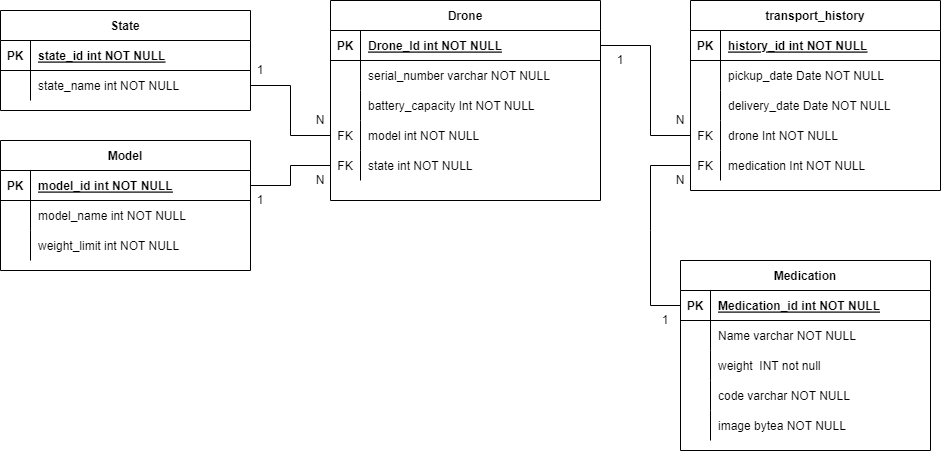
Above: ERD.png in JuanK120/dronesApp (draw.io), before the change. Source tidied: cells renumbered, new cells last; positions are measured from the earlier drawing's top-left corner, leaving out a move shared by most shapes. The source it was exported from:
```xml
<mxGraphModel>
  <root>
    <mxCell id="0" />
    <mxCell id="1" parent="0" />
    <mxCell id="2" value="transport_history" style="shape=table;startSize=30;rowLines=0;fontStyle=1;align=center;" parent="1" vertex="1">
      <mxGeometry x="690" width="250" height="190" as="geometry" />
    </mxCell>
    <mxCell id="3" style="shape=partialRectangle;fillColor=none;top=0;left=0;right=0;bottom=1;" parent="2" vertex="1">
      <mxGeometry y="30" width="250" height="30" as="geometry" />
    </mxCell>
    <mxCell id="4" value="PK" style="shape=partialRectangle;overflow=hidden;fillColor=none;top=0;left=0;bottom=0;right=0;fontStyle=1;" parent="3" vertex="1">
      <mxGeometry width="30" height="30" as="geometry" />
    </mxCell>
    <mxCell id="5" value="history_id int NOT NULL " style="shape=partialRectangle;overflow=hidden;fillColor=none;top=0;left=0;bottom=0;right=0;align=left;spacingLeft=6;fontStyle=5;" parent="3" vertex="1">
      <mxGeometry x="30" width="220" height="30" as="geometry" />
    </mxCell>
    <mxCell id="6" style="shape=partialRectangle;fillColor=none;top=0;left=0;right=0;bottom=0;" parent="2" vertex="1">
      <mxGeometry y="60" width="250" height="30" as="geometry" />
    </mxCell>
    <mxCell id="7" style="shape=partialRectangle;overflow=hidden;fillColor=none;top=0;left=0;bottom=0;right=0;" parent="6" vertex="1">
      <mxGeometry width="30" height="30" as="geometry" />
    </mxCell>
    <mxCell id="8" value="pickup_date Date NOT NULL" style="shape=partialRectangle;overflow=hidden;fillColor=none;top=0;left=0;bottom=0;right=0;align=left;spacingLeft=6;" parent="6" vertex="1">
      <mxGeometry x="30" width="220" height="30" as="geometry" />
    </mxCell>
    <mxCell id="9" style="shape=partialRectangle;fillColor=none;top=0;left=0;right=0;bottom=0;" parent="2" vertex="1">
      <mxGeometry y="90" width="250" height="30" as="geometry" />
    </mxCell>
    <mxCell id="10" style="shape=partialRectangle;overflow=hidden;fillColor=none;top=0;left=0;bottom=0;right=0;" parent="9" vertex="1">
      <mxGeometry width="30" height="30" as="geometry" />
    </mxCell>
    <mxCell id="11" value="delivery_date Date NOT NULL" style="shape=partialRectangle;overflow=hidden;fillColor=none;top=0;left=0;bottom=0;right=0;align=left;spacingLeft=6;" parent="9" vertex="1">
      <mxGeometry x="30" width="220" height="30" as="geometry" />
    </mxCell>
    <mxCell id="12" style="shape=partialRectangle;fillColor=none;points=[[0,0.5],[1,0.5]];portConstraint=eastwest;top=0;left=0;right=0;bottom=0;" parent="2" vertex="1">
      <mxGeometry y="120" width="250" height="30" as="geometry" />
    </mxCell>
    <mxCell id="13" value="FK" style="shape=partialRectangle;overflow=hidden;fillColor=none;top=0;left=0;bottom=0;right=0;" parent="12" vertex="1">
      <mxGeometry width="30" height="30" as="geometry" />
    </mxCell>
    <mxCell id="14" value="drone Int NOT NULL" style="shape=partialRectangle;overflow=hidden;fillColor=none;top=0;left=0;bottom=0;right=0;align=left;spacingLeft=6;" parent="12" vertex="1">
      <mxGeometry x="30" width="220" height="30" as="geometry" />
    </mxCell>
    <mxCell id="15" style="shape=partialRectangle;fillColor=none;points=[[0,0.5],[1,0.5]];portConstraint=eastwest;top=0;left=0;right=0;bottom=0;" parent="2" vertex="1">
      <mxGeometry y="150" width="250" height="30" as="geometry" />
    </mxCell>
    <mxCell id="16" value="FK" style="shape=partialRectangle;overflow=hidden;fillColor=none;top=0;left=0;bottom=0;right=0;" parent="15" vertex="1">
      <mxGeometry width="30" height="30" as="geometry" />
    </mxCell>
    <mxCell id="17" value="medication Int NOT NULL" style="shape=partialRectangle;overflow=hidden;fillColor=none;top=0;left=0;bottom=0;right=0;align=left;spacingLeft=6;" parent="15" vertex="1">
      <mxGeometry x="30" width="220" height="30" as="geometry" />
    </mxCell>
    <mxCell id="18" value="Medication" style="shape=table;startSize=30;rowLines=0;fontStyle=1;align=center;" parent="1" vertex="1">
      <mxGeometry x="680" y="260" width="250" height="190" as="geometry" />
    </mxCell>
    <mxCell id="19" style="shape=partialRectangle;fillColor=none;points=[[0,0.5],[1,0.5]];portConstraint=eastwest;top=0;left=0;right=0;bottom=1;" parent="18" vertex="1">
      <mxGeometry y="30" width="250" height="30" as="geometry" />
    </mxCell>
    <mxCell id="20" value="PK" style="shape=partialRectangle;overflow=hidden;fillColor=none;top=0;left=0;bottom=0;right=0;fontStyle=1;" parent="19" vertex="1">
      <mxGeometry width="30" height="30" as="geometry" />
    </mxCell>
    <mxCell id="21" value="Medication_id int NOT NULL " style="shape=partialRectangle;overflow=hidden;fillColor=none;top=0;left=0;bottom=0;right=0;align=left;spacingLeft=6;fontStyle=5;" parent="19" vertex="1">
      <mxGeometry x="30" width="220" height="30" as="geometry" />
    </mxCell>
    <mxCell id="22" style="shape=partialRectangle;fillColor=none;top=0;left=0;right=0;bottom=0;" parent="18" vertex="1">
      <mxGeometry y="60" width="250" height="30" as="geometry" />
    </mxCell>
    <mxCell id="23" style="shape=partialRectangle;overflow=hidden;fillColor=none;top=0;left=0;bottom=0;right=0;" parent="22" vertex="1">
      <mxGeometry width="30" height="30" as="geometry" />
    </mxCell>
    <mxCell id="24" value="Name varchar NOT NULL" style="shape=partialRectangle;overflow=hidden;fillColor=none;top=0;left=0;bottom=0;right=0;align=left;spacingLeft=6;" parent="22" vertex="1">
      <mxGeometry x="30" width="220" height="30" as="geometry" />
    </mxCell>
    <mxCell id="25" style="shape=partialRectangle;fillColor=none;top=0;left=0;right=0;bottom=0;" parent="18" vertex="1">
      <mxGeometry y="90" width="250" height="30" as="geometry" />
    </mxCell>
    <mxCell id="26" style="shape=partialRectangle;overflow=hidden;fillColor=none;top=0;left=0;bottom=0;right=0;" parent="25" vertex="1">
      <mxGeometry width="30" height="30" as="geometry" />
    </mxCell>
    <mxCell id="27" value="weight  INT not null" style="shape=partialRectangle;overflow=hidden;fillColor=none;top=0;left=0;bottom=0;right=0;align=left;spacingLeft=6;" parent="25" vertex="1">
      <mxGeometry x="30" width="220" height="30" as="geometry" />
    </mxCell>
    <mxCell id="28" style="shape=partialRectangle;fillColor=none;top=0;left=0;right=0;bottom=0;" parent="18" vertex="1">
      <mxGeometry y="120" width="250" height="30" as="geometry" />
    </mxCell>
    <mxCell id="29" style="shape=partialRectangle;overflow=hidden;fillColor=none;top=0;left=0;bottom=0;right=0;" parent="28" vertex="1">
      <mxGeometry width="30" height="30" as="geometry" />
    </mxCell>
    <mxCell id="30" value="code varchar NOT NULL" style="shape=partialRectangle;overflow=hidden;fillColor=none;top=0;left=0;bottom=0;right=0;align=left;spacingLeft=6;" parent="28" vertex="1">
      <mxGeometry x="30" width="220" height="30" as="geometry" />
    </mxCell>
    <mxCell id="31" style="shape=partialRectangle;fillColor=none;top=0;left=0;right=0;bottom=0;" parent="18" vertex="1">
      <mxGeometry y="150" width="250" height="30" as="geometry" />
    </mxCell>
    <mxCell id="32" style="shape=partialRectangle;overflow=hidden;fillColor=none;top=0;left=0;bottom=0;right=0;" parent="31" vertex="1">
      <mxGeometry width="30" height="30" as="geometry" />
    </mxCell>
    <mxCell id="33" value="image bytea NOT NULL" style="shape=partialRectangle;overflow=hidden;fillColor=none;top=0;left=0;bottom=0;right=0;align=left;spacingLeft=6;" parent="31" vertex="1">
      <mxGeometry x="30" width="220" height="30" as="geometry" />
    </mxCell>
    <mxCell id="34" value="Drone" style="shape=table;startSize=30;rowLines=0;fontStyle=1;align=center;" parent="1" vertex="1">
      <mxGeometry x="330" width="270" height="200" as="geometry" />
    </mxCell>
    <mxCell id="35" style="shape=partialRectangle;fillColor=none;points=[[0,0.5],[1,0.5]];portConstraint=eastwest;top=0;left=0;right=0;bottom=1;" parent="34" vertex="1">
      <mxGeometry y="30" width="270" height="30" as="geometry" />
    </mxCell>
    <mxCell id="36" value="PK" style="shape=partialRectangle;overflow=hidden;fillColor=none;top=0;left=0;bottom=0;right=0;fontStyle=1;" parent="35" vertex="1">
      <mxGeometry width="30" height="30" as="geometry" />
    </mxCell>
    <mxCell id="37" value="Drone_Id int NOT NULL " style="shape=partialRectangle;overflow=hidden;fillColor=none;top=0;left=0;bottom=0;right=0;align=left;spacingLeft=6;fontStyle=5;" parent="35" vertex="1">
      <mxGeometry x="30" width="240" height="30" as="geometry" />
    </mxCell>
    <mxCell id="38" style="shape=partialRectangle;fillColor=none;top=0;left=0;right=0;bottom=0;" parent="34" vertex="1">
      <mxGeometry y="60" width="270" height="30" as="geometry" />
    </mxCell>
    <mxCell id="39" style="shape=partialRectangle;overflow=hidden;fillColor=none;top=0;left=0;bottom=0;right=0;" parent="38" vertex="1">
      <mxGeometry width="30" height="30" as="geometry" />
    </mxCell>
    <mxCell id="40" value="serial_number varchar NOT NULL" style="shape=partialRectangle;overflow=hidden;fillColor=none;top=0;left=0;bottom=0;right=0;align=left;spacingLeft=6;" parent="38" vertex="1">
      <mxGeometry x="30" width="240" height="30" as="geometry" />
    </mxCell>
    <mxCell id="41" style="shape=partialRectangle;fillColor=none;top=0;left=0;right=0;bottom=0;" parent="34" vertex="1">
      <mxGeometry y="90" width="270" height="30" as="geometry" />
    </mxCell>
    <mxCell id="42" style="shape=partialRectangle;overflow=hidden;fillColor=none;top=0;left=0;bottom=0;right=0;" parent="41" vertex="1">
      <mxGeometry width="30" height="30" as="geometry" />
    </mxCell>
    <mxCell id="43" value="battery_capacity Int NOT NULL" style="shape=partialRectangle;overflow=hidden;fillColor=none;top=0;left=0;bottom=0;right=0;align=left;spacingLeft=6;" parent="41" vertex="1">
      <mxGeometry x="30" width="240" height="30" as="geometry" />
    </mxCell>
    <mxCell id="44" style="shape=partialRectangle;fillColor=none;points=[[0,0.5],[1,0.5]];portConstraint=eastwest;top=0;left=0;right=0;bottom=0;" parent="34" vertex="1">
      <mxGeometry y="120" width="270" height="30" as="geometry" />
    </mxCell>
    <mxCell id="45" value="FK" style="shape=partialRectangle;overflow=hidden;fillColor=none;top=0;left=0;bottom=0;right=0;" parent="44" vertex="1">
      <mxGeometry width="30" height="30" as="geometry" />
    </mxCell>
    <mxCell id="46" value="model int NOT NULL" style="shape=partialRectangle;overflow=hidden;fillColor=none;top=0;left=0;bottom=0;right=0;align=left;spacingLeft=6;" parent="44" vertex="1">
      <mxGeometry x="30" width="240" height="30" as="geometry" />
    </mxCell>
    <mxCell id="47" style="shape=partialRectangle;fillColor=none;points=[[0,0.5],[1,0.5]];portConstraint=eastwest;top=0;left=0;right=0;bottom=0;" parent="34" vertex="1">
      <mxGeometry y="150" width="270" height="30" as="geometry" />
    </mxCell>
    <mxCell id="48" value="FK" style="shape=partialRectangle;overflow=hidden;fillColor=none;top=0;left=0;bottom=0;right=0;" parent="47" vertex="1">
      <mxGeometry width="30" height="30" as="geometry" />
    </mxCell>
    <mxCell id="49" value="state int NOT NULL" style="shape=partialRectangle;overflow=hidden;fillColor=none;top=0;left=0;bottom=0;right=0;align=left;spacingLeft=6;" parent="47" vertex="1">
      <mxGeometry x="30" width="240" height="30" as="geometry" />
    </mxCell>
    <mxCell id="50" value="State" style="shape=table;startSize=30;rowLines=0;fontStyle=1;align=center;" parent="1" vertex="1">
      <mxGeometry y="10" width="250" height="100" as="geometry" />
    </mxCell>
    <mxCell id="51" style="shape=partialRectangle;fillColor=none;top=0;left=0;right=0;bottom=1;" parent="50" vertex="1">
      <mxGeometry y="30" width="250" height="30" as="geometry" />
    </mxCell>
    <mxCell id="52" value="PK" style="shape=partialRectangle;overflow=hidden;fillColor=none;top=0;left=0;bottom=0;right=0;fontStyle=1;" parent="51" vertex="1">
      <mxGeometry width="30" height="30" as="geometry" />
    </mxCell>
    <mxCell id="53" value="state_id int NOT NULL " style="shape=partialRectangle;overflow=hidden;fillColor=none;top=0;left=0;bottom=0;right=0;align=left;spacingLeft=6;fontStyle=5;" parent="51" vertex="1">
      <mxGeometry x="30" width="220" height="30" as="geometry" />
    </mxCell>
    <mxCell id="54" style="shape=partialRectangle;fillColor=none;points=[[0,0.5],[1,0.5]];portConstraint=eastwest;top=0;left=0;right=0;bottom=0;" parent="50" vertex="1">
      <mxGeometry y="60" width="250" height="30" as="geometry" />
    </mxCell>
    <mxCell id="55" style="shape=partialRectangle;overflow=hidden;fillColor=none;top=0;left=0;bottom=0;right=0;" parent="54" vertex="1">
      <mxGeometry width="30" height="30" as="geometry" />
    </mxCell>
    <mxCell id="56" value="state_name int NOT NULL" style="shape=partialRectangle;overflow=hidden;fillColor=none;top=0;left=0;bottom=0;right=0;align=left;spacingLeft=6;" parent="54" vertex="1">
      <mxGeometry x="30" width="220" height="30" as="geometry" />
    </mxCell>
    <mxCell id="57" style="endArrow=none;html=1;rounded=0;exitX=1;exitY=0.5;exitDx=0;exitDy=0;entryX=0;entryY=0.5;entryDx=0;entryDy=0;" parent="1" edge="1" source="35" target="12">
      <mxGeometry relative="1" as="geometry">
        <Array as="points">
          <mxPoint x="650" y="45" />
          <mxPoint x="650" y="135" />
        </Array>
      </mxGeometry>
    </mxCell>
    <mxCell id="58" value="Model" style="shape=table;startSize=30;rowLines=0;fontStyle=1;align=center;" parent="1" vertex="1">
      <mxGeometry y="140" width="250" height="130" as="geometry" />
    </mxCell>
    <mxCell id="59" style="shape=partialRectangle;fillColor=none;points=[[0,0.5],[1,0.5]];portConstraint=eastwest;top=0;left=0;right=0;bottom=1;" parent="58" vertex="1">
      <mxGeometry y="30" width="250" height="30" as="geometry" />
    </mxCell>
    <mxCell id="60" value="PK" style="shape=partialRectangle;overflow=hidden;fillColor=none;top=0;left=0;bottom=0;right=0;fontStyle=1;" parent="59" vertex="1">
      <mxGeometry width="30" height="30" as="geometry" />
    </mxCell>
    <mxCell id="61" value="model_id int NOT NULL " style="shape=partialRectangle;overflow=hidden;fillColor=none;top=0;left=0;bottom=0;right=0;align=left;spacingLeft=6;fontStyle=5;" parent="59" vertex="1">
      <mxGeometry x="30" width="220" height="30" as="geometry" />
    </mxCell>
    <mxCell id="62" style="shape=partialRectangle;fillColor=none;top=0;left=0;right=0;bottom=0;" parent="58" vertex="1">
      <mxGeometry y="60" width="250" height="30" as="geometry" />
    </mxCell>
    <mxCell id="63" style="shape=partialRectangle;overflow=hidden;fillColor=none;top=0;left=0;bottom=0;right=0;" parent="62" vertex="1">
      <mxGeometry width="30" height="30" as="geometry" />
    </mxCell>
    <mxCell id="64" value="model_name int NOT NULL" style="shape=partialRectangle;overflow=hidden;fillColor=none;top=0;left=0;bottom=0;right=0;align=left;spacingLeft=6;" parent="62" vertex="1">
      <mxGeometry x="30" width="220" height="30" as="geometry" />
    </mxCell>
    <mxCell id="65" style="shape=partialRectangle;fillColor=none;top=0;left=0;right=0;bottom=0;" parent="58" vertex="1">
      <mxGeometry y="90" width="250" height="30" as="geometry" />
    </mxCell>
    <mxCell id="66" style="shape=partialRectangle;overflow=hidden;fillColor=none;top=0;left=0;bottom=0;right=0;" parent="65" vertex="1">
      <mxGeometry width="30" height="30" as="geometry" />
    </mxCell>
    <mxCell id="67" value="weight_limit int NOT NULL" style="shape=partialRectangle;overflow=hidden;fillColor=none;top=0;left=0;bottom=0;right=0;align=left;spacingLeft=6;" parent="65" vertex="1">
      <mxGeometry x="30" width="220" height="30" as="geometry" />
    </mxCell>
    <mxCell id="68" style="endArrow=none;html=1;rounded=0;entryX=0;entryY=0.5;entryDx=0;entryDy=0;exitX=0;exitY=0.5;exitDx=0;exitDy=0;" parent="1" edge="1" source="19" target="15">
      <mxGeometry relative="1" as="geometry">
        <Array as="points">
          <mxPoint x="650" y="305" />
          <mxPoint x="650" y="230" />
          <mxPoint x="650" y="165" />
        </Array>
      </mxGeometry>
    </mxCell>
    <mxCell id="69" style="endArrow=none;html=1;rounded=0;entryX=0;entryY=0.5;entryDx=0;entryDy=0;exitX=1;exitY=0.5;exitDx=0;exitDy=0;" parent="1" edge="1" source="54" target="44">
      <mxGeometry relative="1" as="geometry">
        <Array as="points">
          <mxPoint x="290" y="85" />
          <mxPoint x="290" y="135" />
        </Array>
      </mxGeometry>
    </mxCell>
    <mxCell id="70" style="endArrow=none;html=1;rounded=0;entryX=0;entryY=0.5;entryDx=0;entryDy=0;exitX=1;exitY=0.5;exitDx=0;exitDy=0;" parent="1" edge="1" source="59" target="47">
      <mxGeometry relative="1" as="geometry">
        <Array as="points">
          <mxPoint x="290" y="185" />
          <mxPoint x="290" y="165" />
        </Array>
      </mxGeometry>
    </mxCell>
    <mxCell id="71" value="1" style="text;html=1;strokeColor=none;fillColor=none;align=center;verticalAlign=middle;whiteSpace=wrap;rounded=0;" parent="1" vertex="1">
      <mxGeometry x="250" y="60" width="20" height="20" as="geometry" />
    </mxCell>
    <mxCell id="72" value="N" style="text;html=1;strokeColor=none;fillColor=none;align=center;verticalAlign=middle;whiteSpace=wrap;rounded=0;" parent="1" vertex="1">
      <mxGeometry x="310" y="110" width="20" height="20" as="geometry" />
    </mxCell>
    <mxCell id="73" value="1" style="text;html=1;strokeColor=none;fillColor=none;align=center;verticalAlign=middle;whiteSpace=wrap;rounded=0;" parent="1" vertex="1">
      <mxGeometry x="250" y="190" width="20" height="20" as="geometry" />
    </mxCell>
    <mxCell id="74" value="1" style="text;html=1;strokeColor=none;fillColor=none;align=center;verticalAlign=middle;whiteSpace=wrap;rounded=0;" parent="1" vertex="1">
      <mxGeometry x="610" y="50" width="20" height="20" as="geometry" />
    </mxCell>
    <mxCell id="75" value="1" style="text;html=1;strokeColor=none;fillColor=none;align=center;verticalAlign=middle;whiteSpace=wrap;rounded=0;" parent="1" vertex="1">
      <mxGeometry x="655" y="310" width="20" height="20" as="geometry" />
    </mxCell>
    <mxCell id="76" value="N" style="text;html=1;strokeColor=none;fillColor=none;align=center;verticalAlign=middle;whiteSpace=wrap;rounded=0;" parent="1" vertex="1">
      <mxGeometry x="310" y="170" width="20" height="20" as="geometry" />
    </mxCell>
    <mxCell id="77" value="N" style="text;html=1;strokeColor=none;fillColor=none;align=center;verticalAlign=middle;whiteSpace=wrap;rounded=0;" parent="1" vertex="1">
      <mxGeometry x="670" y="110" width="20" height="20" as="geometry" />
    </mxCell>
    <mxCell id="78" value="N" style="text;html=1;strokeColor=none;fillColor=none;align=center;verticalAlign=middle;whiteSpace=wrap;rounded=0;" parent="1" vertex="1">
      <mxGeometry x="670" y="170" width="20" height="20" as="geometry" />
    </mxCell>
  </root>
</mxGraphModel>
```
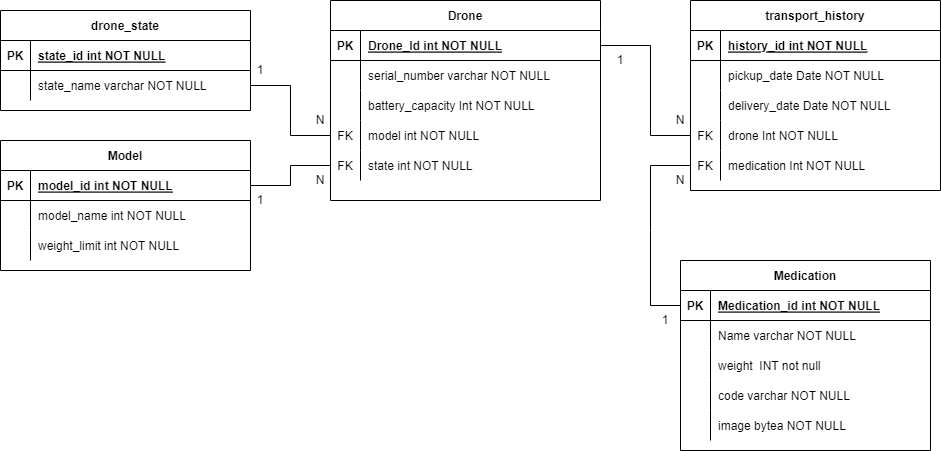
Later version of the same file.

Change to the diagram source:
```diff
@@ -146,7 +146,7 @@
     <mxCell id="49" value="state int NOT NULL" style="shape=partialRectangle;overflow=hidden;fillColor=none;top=0;left=0;bottom=0;right=0;align=left;spacingLeft=6;" parent="47" vertex="1">
       <mxGeometry x="30" width="240" height="30" as="geometry" />
     </mxCell>
-    <mxCell id="50" value="State" style="shape=table;startSize=30;rowLines=0;fontStyle=1;align=center;" parent="1" vertex="1">
+    <mxCell id="50" value="drone_state" style="shape=table;startSize=30;rowLines=0;fontStyle=1;align=center;" parent="1" vertex="1">
       <mxGeometry y="10" width="250" height="100" as="geometry" />
     </mxCell>
     <mxCell id="51" style="shape=partialRectangle;fillColor=none;top=0;left=0;right=0;bottom=1;" parent="50" vertex="1">
@@ -164,7 +164,7 @@
     <mxCell id="55" style="shape=partialRectangle;overflow=hidden;fillColor=none;top=0;left=0;bottom=0;right=0;" parent="54" vertex="1">
       <mxGeometry width="30" height="30" as="geometry" />
     </mxCell>
-    <mxCell id="56" value="state_name int NOT NULL" style="shape=partialRectangle;overflow=hidden;fillColor=none;top=0;left=0;bottom=0;right=0;align=left;spacingLeft=6;" parent="54" vertex="1">
+    <mxCell id="56" value="state_name varchar NOT NULL" style="shape=partialRectangle;overflow=hidden;fillColor=none;top=0;left=0;bottom=0;right=0;align=left;spacingLeft=6;" parent="54" vertex="1">
       <mxGeometry x="30" width="220" height="30" as="geometry" />
     </mxCell>
     <mxCell id="57" style="endArrow=none;html=1;rounded=0;exitX=1;exitY=0.5;exitDx=0;exitDy=0;entryX=0;entryY=0.5;entryDx=0;entryDy=0;" parent="1" edge="1" source="35" target="12">
```
